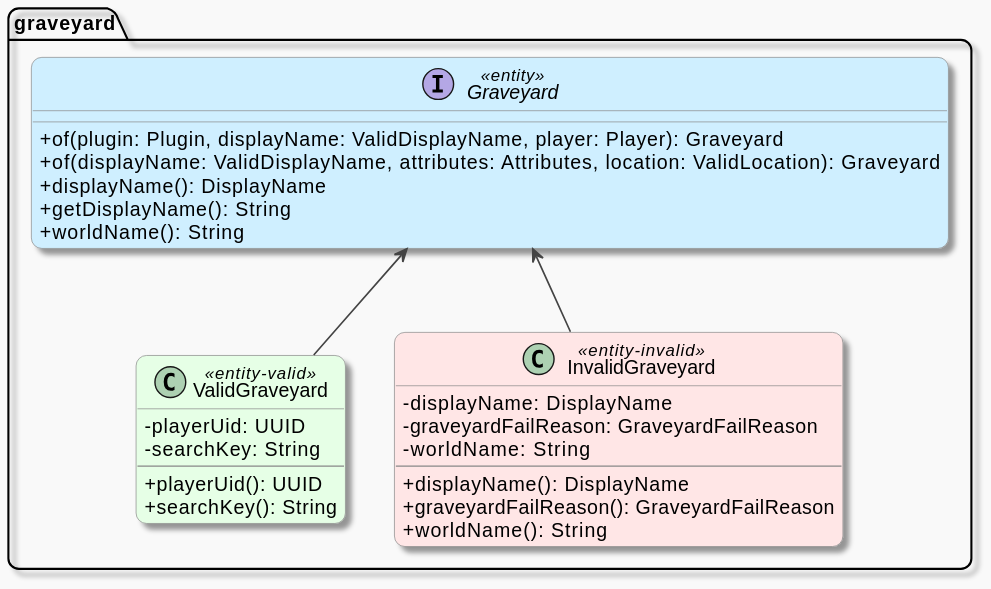
This is models/src/main/java/com/winterhavenmc/savagegraveyards/models/graveyard/doc-files/Graveyard_structure.svg from winterhavenmc/SavageGraveyards, a PlantUML export, as it was before one commit.
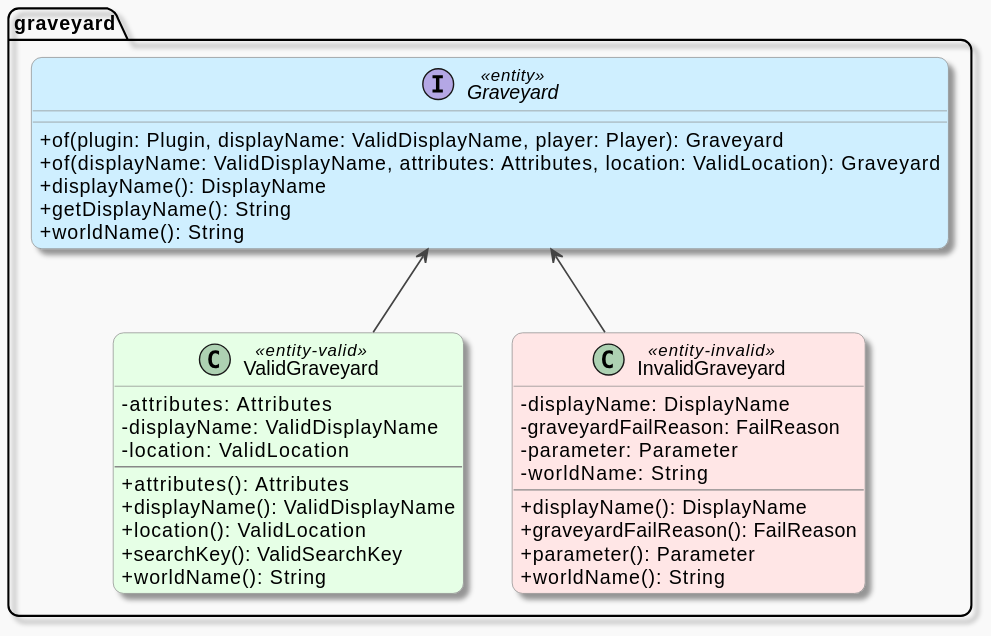
Later version of the same file.

Commit message:
correct diagram

What changed in the source:
```diff
@@ -28,19 +28,25 @@
                 + worldName(): String
             }
             class ValidGraveyard <<entity-valid>> {
-                - playerUid: UUID
-                - searchKey: String
+                - attributes: Attributes
+                - displayName: ValidDisplayName
+                - location: ValidLocation
                 --
-                + playerUid(): UUID
-                + searchKey(): String
+                + attributes(): Attributes
+                + displayName(): ValidDisplayName
+                + location(): ValidLocation
+                + searchKey(): ValidSearchKey
+                + worldName(): String
             }
             class InvalidGraveyard <<entity-invalid>> {
-                - displayName: DisplayName
-                - graveyardFailReason: GraveyardFailReason
-                - worldName: String
+                -   displayName: DisplayName
+                -   graveyardFailReason: FailReason
+                -   parameter: Parameter
+                -   worldName: String
                 --
                 + displayName(): DisplayName
-                + graveyardFailReason(): GraveyardFailReason
+                + graveyardFailReason(): FailReason
+                + parameter(): Parameter
                 + worldName(): String
             }
             Graveyard <-- ValidGraveyard
```
